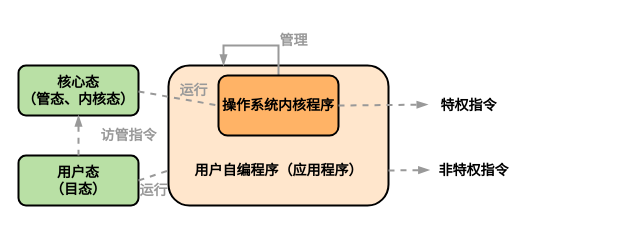
This is page "处理器运行模式" (1 of 2) of attach/draw_workspace/操作系统.drawio from creatern/NoteBook, a draw.io file, before an edit. Source tidied: cells renumbered, new cells numbered last; positions are measured from the earlier drawing's top-left corner, leaving out a move shared by most shapes. Both pictures are drawn from the tidied source at 100%, with x=0, y=0 at pixel (18, 25).
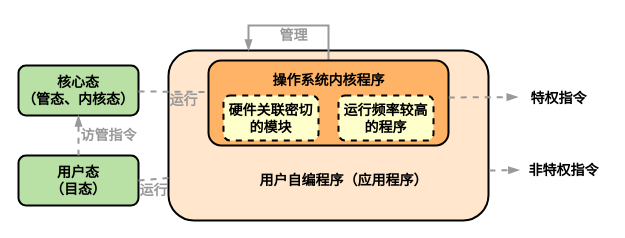
The same diagram, later.

Diff of the diagram source:
```diff
@@
     <mxCell id="2" style="rounded=1;whiteSpace=wrap;html=1;strokeWidth=2;fontStyle=1;fontSize=14;fillColor=#FFE6CC;" parent="1" vertex="1">
-      <mxGeometry x="150" y="40" width="220" height="140" as="geometry" />
+      <mxGeometry x="150" y="25" width="320" height="170" as="geometry" />
     </mxCell>
     <mxCell id="3" value="用户自编程序（应用程序）" style="text;html=1;align=center;verticalAlign=middle;strokeColor=none;fillColor=none;fontStyle=1;fontSize=14;" parent="1" vertex="1">
-      <mxGeometry x="165" y="130" width="190" height="30" as="geometry" />
+      <mxGeometry x="230" y="140" width="190" height="30" as="geometry" />
     </mxCell>
     <mxCell id="4" style="edgeStyle=orthogonalEdgeStyle;rounded=0;jettySize=auto;html=1;exitX=0.5;exitY=0;exitDx=0;exitDy=0;entryX=0.25;entryY=0;entryDx=0;entryDy=0;strokeWidth=2;endArrow=blockThin;endFill=1;strokeColor=#999999;" parent="1" edge="1" source="5" target="2">
       <mxGeometry relative="1" as="geometry">
         <Array as="points">
-          <mxPoint x="260" y="20" />
-          <mxPoint x="205" y="20" />
+          <mxPoint x="310" />
+          <mxPoint x="230" />
         </Array>
       </mxGeometry>
     </mxCell>
-    <mxCell id="5" value="操作系统内核程序" style="rounded=1;whiteSpace=wrap;html=1;strokeWidth=2;fontStyle=1;fontSize=14;fillColor=#FFB366;" parent="1" vertex="1">
-      <mxGeometry x="200" y="50" width="120" height="60" as="geometry" />
+    <mxCell id="5" style="rounded=1;whiteSpace=wrap;html=1;strokeWidth=2;fontStyle=1;fontSize=14;fillColor=#FFB366;" parent="1" vertex="1">
+      <mxGeometry x="190" y="35" width="240" height="85" as="geometry" />
     </mxCell>
     <mxCell id="6" value="管理" style="text;html=1;align=center;verticalAlign=middle;strokeColor=none;fillColor=none;fontStyle=1;fontSize=14;fontColor=#999999;" parent="1" vertex="1">
-      <mxGeometry x="250" width="50" height="30" as="geometry" />
+      <mxGeometry x="250" y="-5" width="50" height="30" as="geometry" />
     </mxCell>
     <mxCell id="7" value="特权指令" style="text;html=1;align=center;verticalAlign=middle;points=[];strokeColor=none;fillColor=none;fontStyle=1;fontSize=14;" parent="1" vertex="1">
-      <mxGeometry x="410" y="65" width="80" height="30" as="geometry" />
+      <mxGeometry x="500" y="57.5" width="80" height="30" as="geometry" />
     </mxCell>
     <mxCell id="8" value="非特权指令" style="text;html=1;align=center;verticalAlign=middle;points=[];strokeColor=none;fillColor=none;fontStyle=1;fontSize=14;" parent="1" vertex="1">
-      <mxGeometry x="410" y="130" width="90" height="30" as="geometry" />
+      <mxGeometry x="500" y="130" width="90" height="30" as="geometry" />
     </mxCell>
-    <mxCell id="9" style="endArrow=blockThin;html=1;rounded=0;strokeWidth=2;endFill=1;dashed=1;strokeColor=#999999;exitX=1;exitY=0.75;exitDx=0;exitDy=0;entryX=0.009;entryY=0.483;entryDx=0;entryDy=0;entryPerimeter=0;" parent="1" edge="1" source="2" target="8">
+    <mxCell id="9" style="endArrow=blockThin;html=1;rounded=0;strokeWidth=2;endFill=1;dashed=1;strokeColor=#999999;exitX=1.003;exitY=0.706;exitDx=0;exitDy=0;entryX=0.009;entryY=0.483;entryDx=0;entryDy=0;entryPerimeter=0;exitPerimeter=0;" parent="1" edge="1" source="2" target="8">
       <mxGeometry relative="1" as="geometry" />
     </mxCell>
-    <mxCell id="10" style="endArrow=blockThin;html=1;rounded=0;strokeWidth=2;endFill=1;dashed=1;strokeColor=#999999;exitX=1;exitY=0.5;exitDx=0;exitDy=0;entryX=-0.01;entryY=0.469;entryDx=0;entryDy=0;entryPerimeter=0;" parent="1" edge="1" source="5" target="7">
+    <mxCell id="10" style="endArrow=blockThin;html=1;rounded=0;strokeWidth=2;endFill=1;dashed=1;strokeColor=#999999;exitX=1.001;exitY=0.435;exitDx=0;exitDy=0;entryX=-0.01;entryY=0.469;entryDx=0;entryDy=0;entryPerimeter=0;exitPerimeter=0;" parent="1" edge="1" source="5" target="7">
       <mxGeometry relative="1" as="geometry" />
     </mxCell>
@@
     <mxCell id="14" value="访管指令" style="text;html=1;align=center;verticalAlign=middle;strokeColor=none;fillColor=none;fontStyle=1;fontSize=14;fontColor=#999999;" parent="1" vertex="1">
-      <mxGeometry x="70" y="95" width="80" height="30" as="geometry" />
+      <mxGeometry x="50" y="95" width="80" height="30" as="geometry" />
     </mxCell>
-    <mxCell id="15" style="endArrow=none;html=1;rounded=0;strokeWidth=2;endFill=0;dashed=1;strokeColor=#999999;exitX=1;exitY=0.5;exitDx=0;exitDy=0;entryX=0;entryY=0.5;entryDx=0;entryDy=0;" parent="1" edge="1" target="5">
+    <mxCell id="15" style="endArrow=none;html=1;rounded=0;strokeWidth=2;endFill=0;dashed=1;strokeColor=#999999;exitX=1;exitY=0.5;exitDx=0;exitDy=0;entryX=0.964;entryY=0.215;entryDx=0;entryDy=0;entryPerimeter=0;" parent="1" edge="1" target="16">
       <mxGeometry relative="1" as="geometry">
         <mxPoint x="120" y="66" as="sourcePoint" />
       </mxGeometry>
     </mxCell>
     <mxCell id="16" value="运行" style="text;html=1;align=center;verticalAlign=middle;points=[];strokeColor=none;fillColor=none;fontStyle=1;fontSize=14;fontColor=#999999;" parent="1" vertex="1">
-      <mxGeometry x="150" y="50" width="50" height="30" as="geometry" />
+      <mxGeometry x="140" y="60" width="50" height="30" as="geometry" />
     </mxCell>
@@
+    <mxCell id="19" value="操作系统内核程序" style="text;html=1;align=center;verticalAlign=middle;strokeColor=none;fillColor=none;fontSize=14;fontStyle=1;" parent="1" vertex="1">
+      <mxGeometry x="240" y="40" width="140" height="30" as="geometry" />
+    </mxCell>
+    <mxCell id="20" value="硬件关联密切的模块" style="rounded=1;whiteSpace=wrap;html=1;strokeWidth=2;fontStyle=1;fontSize=14;fillColor=#FFFFCC;dashed=1;" parent="1" vertex="1">
+      <mxGeometry x="205" y="70" width="95" height="45" as="geometry" />
+    </mxCell>
+    <mxCell id="21" value="运行频率较高的程序" style="rounded=1;whiteSpace=wrap;html=1;strokeWidth=2;fontStyle=1;fontSize=14;fillColor=#FFFFCC;dashed=1;" parent="1" vertex="1">
+      <mxGeometry x="320" y="70" width="95" height="45" as="geometry" />
+    </mxCell>
```
